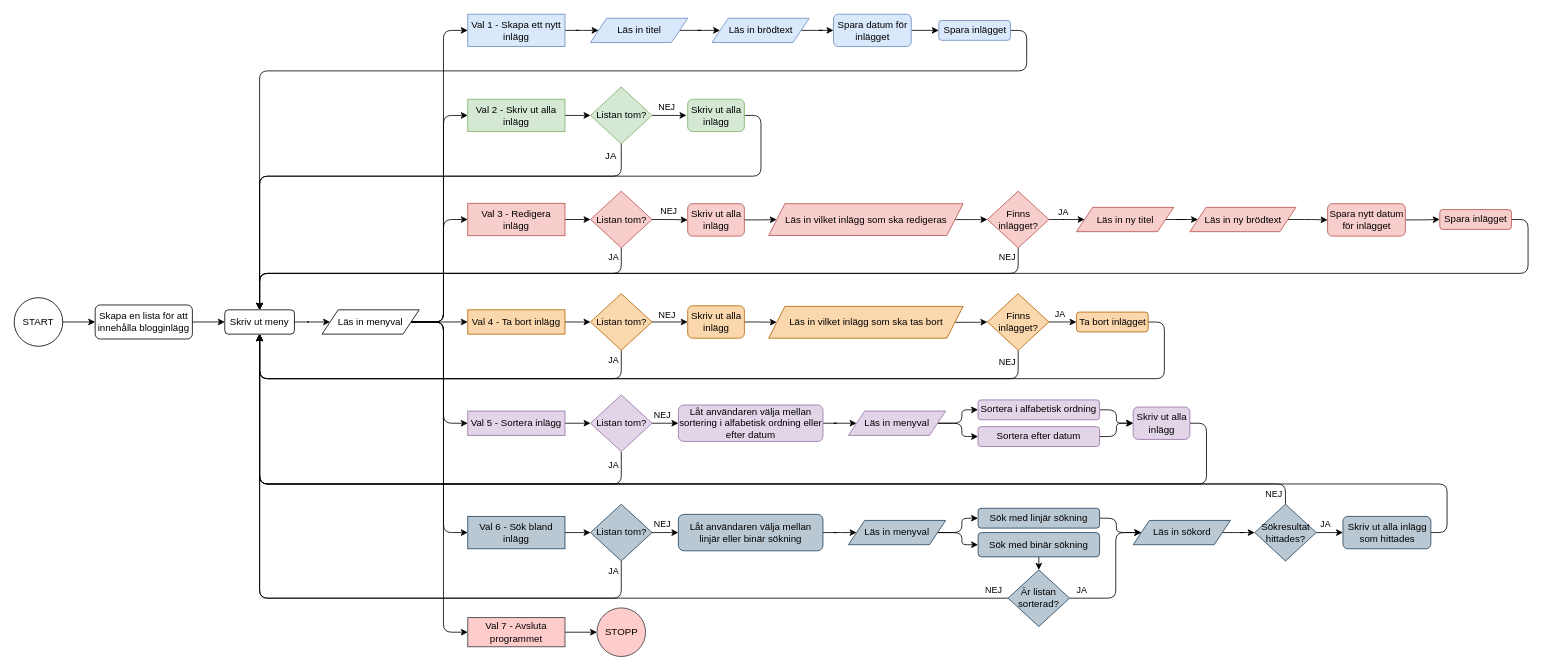
JakeBow/shopping-list keeps this draw.io diagram as Bloggen.drawio. Above is the earlier version. Source tidied: cells renumbered, new cells numbered last; positions are measured from the earlier drawing's top-left corner, leaving out a move shared by most shapes. Both pictures are drawn from the tidied source at 81%, with x=0, y=0 at pixel (14, 14).
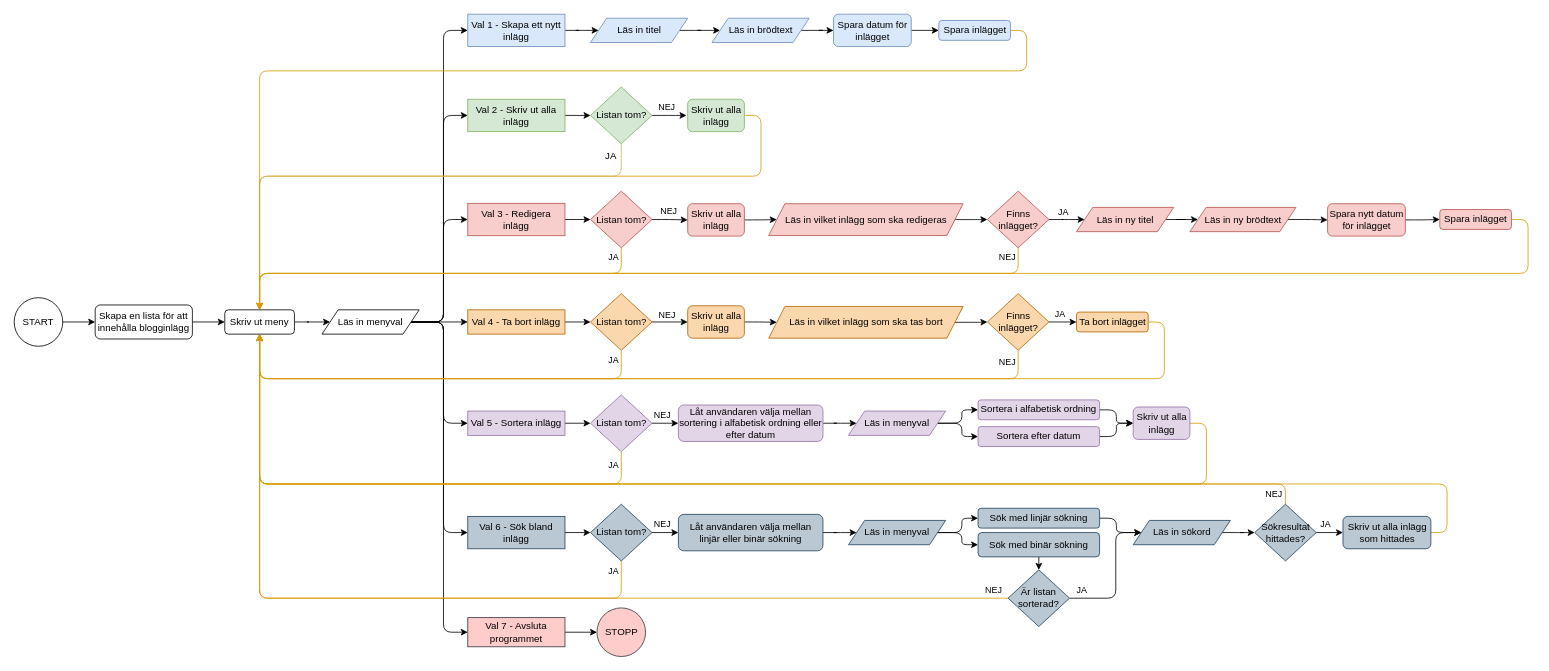
The same diagram, later.

The change refers to these unchanged cells:
```xml
<mxCell id="3" value="Skriv ut meny" style="rounded=1;whiteSpace=wrap;html=1;fontSize=12;glass=0;strokeWidth=1;shadow=0;" parent="1" vertex="1">
  <mxGeometry x="260" y="365" width="86" height="30" as="geometry" />
</mxCell>
<mxCell id="15" value="Skriv ut alla inlägg" style="rounded=1;whiteSpace=wrap;html=1;fillColor=#d5e8d4;strokeColor=#82b366;" parent="1" vertex="1">
  <mxGeometry x="831.5" y="105" width="70" height="40" as="geometry" />
</mxCell>
<mxCell id="18" value="Listan tom?" style="rhombus;whiteSpace=wrap;html=1;fillColor=#d5e8d4;strokeColor=#82b366;" parent="1" vertex="1">
  <mxGeometry x="711.5" y="90" width="76" height="70" as="geometry" />
</mxCell>
<mxCell id="26" value="Spara inlägget" style="rounded=1;whiteSpace=wrap;html=1;fillColor=#dae8fc;strokeColor=#6c8ebf;" parent="1" vertex="1">
  <mxGeometry x="1141.5" y="7.8" width="88.5" height="24.5" as="geometry" />
</mxCell>
<mxCell id="31" value="Listan tom?" style="rhombus;whiteSpace=wrap;html=1;fillColor=#f8cecc;strokeColor=#b85450;" parent="1" vertex="1">
  <mxGeometry x="711.5" y="218.5" width="76" height="70" as="geometry" />
</mxCell>
<mxCell id="52" value="Listan tom?" style="rhombus;whiteSpace=wrap;html=1;fillColor=#fad7ac;strokeColor=#b46504;" parent="1" vertex="1">
  <mxGeometry x="711.5" y="345" width="76" height="70" as="geometry" />
</mxCell>
<mxCell id="59" value="Finns inlägget?" style="rhombus;whiteSpace=wrap;html=1;fillColor=#fad7ac;strokeColor=#b46504;" parent="1" vertex="1">
  <mxGeometry x="1201.5" y="345" width="76" height="70" as="geometry" />
</mxCell>
<mxCell id="62" value="Finns inlägget?" style="rhombus;whiteSpace=wrap;html=1;fillColor=#f8cecc;strokeColor=#b85450;" parent="1" vertex="1">
  <mxGeometry x="1201.5" y="218.5" width="76" height="70" as="geometry" />
</mxCell>
<mxCell id="64" value="Ta bort inlägget" style="rounded=1;whiteSpace=wrap;html=1;fillColor=#fad7ac;strokeColor=#b46504;" parent="1" vertex="1">
  <mxGeometry x="1311.5" y="367.8" width="88.5" height="24.5" as="geometry" />
</mxCell>
<mxCell id="69" value="Listan tom?" style="rhombus;whiteSpace=wrap;html=1;fillColor=#e1d5e7;strokeColor=#9673a6;" parent="1" vertex="1">
  <mxGeometry x="711.5" y="470" width="76" height="70" as="geometry" />
</mxCell>
<mxCell id="80" value="Skriv ut alla inlägg" style="rounded=1;whiteSpace=wrap;html=1;fillColor=#e1d5e7;strokeColor=#9673a6;" parent="1" vertex="1">
  <mxGeometry x="1381.5" y="485" width="70" height="40" as="geometry" />
</mxCell>
<mxCell id="85" value="Listan tom?" style="rhombus;whiteSpace=wrap;html=1;fillColor=#bac8d3;strokeColor=#23445d;" parent="1" vertex="1">
  <mxGeometry x="711.5" y="605" width="76" height="70" as="geometry" />
</mxCell>
<mxCell id="97" value="Sökresultat hittades?" style="rhombus;whiteSpace=wrap;html=1;fillColor=#bac8d3;strokeColor=#23445d;" parent="1" vertex="1">
  <mxGeometry x="1531.5" y="605" width="76" height="70" as="geometry" />
</mxCell>
<mxCell id="99" value="Skriv ut alla inlägg som hittades" style="rounded=1;whiteSpace=wrap;html=1;fillColor=#bac8d3;strokeColor=#23445d;" parent="1" vertex="1">
  <mxGeometry x="1640.5" y="620" width="108.5" height="40" as="geometry" />
</mxCell>
<mxCell id="119" value="Spara inlägget" style="rounded=1;whiteSpace=wrap;html=1;fillColor=#f8cecc;strokeColor=#b85450;" parent="1" vertex="1">
  <mxGeometry x="1760" y="241.2" width="88.5" height="24.5" as="geometry" />
</mxCell>
<mxCell id="122" value="Är listan sorterad?" style="rhombus;whiteSpace=wrap;html=1;fillColor=#bac8d3;strokeColor=#23445d;" parent="1" vertex="1">
  <mxGeometry x="1227" y="686" width="76" height="70" as="geometry" />
</mxCell>
```

Diff of the diagram source:
```diff
@@
-    <mxCell id="14" style="edgeStyle=orthogonalEdgeStyle;shape=connector;curved=0;rounded=1;jettySize=auto;html=1;exitX=1;exitY=0.5;exitDx=0;exitDy=0;entryX=0.5;entryY=0;entryDx=0;entryDy=0;strokeColor=default;align=center;verticalAlign=middle;fontFamily=Helvetica;fontSize=11;fontColor=default;labelBackgroundColor=default;endArrow=classic;" parent="1" edge="1" source="15" target="3">
+    <mxCell id="14" style="edgeStyle=orthogonalEdgeStyle;shape=connector;curved=0;rounded=1;jettySize=auto;html=1;exitX=1;exitY=0.5;exitDx=0;exitDy=0;entryX=0.5;entryY=0;entryDx=0;entryDy=0;strokeColor=#d79b00;align=center;verticalAlign=middle;fontFamily=Helvetica;fontSize=11;fontColor=default;labelBackgroundColor=default;endArrow=classic;fillColor=#ffe6cc;" parent="1" edge="1" source="15" target="3">
       <mxGeometry relative="1" as="geometry">
         <Array as="points">
           <mxPoint x="922" y="125" />
           <mxPoint x="922" y="200" />
           <mxPoint x="303" y="200" />
         </Array>
       </mxGeometry>
     </mxCell>
@@
-    <mxCell id="16" style="edgeStyle=orthogonalEdgeStyle;shape=connector;curved=0;rounded=1;jettySize=auto;html=1;exitX=0.5;exitY=0;exitDx=0;exitDy=0;entryX=0.5;entryY=0;entryDx=0;entryDy=0;strokeColor=default;align=center;verticalAlign=middle;fontFamily=Helvetica;fontSize=11;fontColor=default;labelBackgroundColor=default;endArrow=classic;" parent="1" edge="1" source="18" target="3">
+    <mxCell id="16" style="edgeStyle=orthogonalEdgeStyle;shape=connector;curved=0;rounded=1;jettySize=auto;html=1;exitX=0.5;exitY=0;exitDx=0;exitDy=0;entryX=0.5;entryY=0;entryDx=0;entryDy=0;strokeColor=#d6b656;align=center;verticalAlign=middle;fontFamily=Helvetica;fontSize=11;fontColor=default;labelBackgroundColor=default;endArrow=classic;fillColor=#fff2cc;" parent="1" edge="1" source="18" target="3">
       <mxGeometry relative="1" as="geometry">
         <Array as="points">
           <mxPoint x="750" y="200" />
           <mxPoint x="303" y="200" />
         </Array>
       </mxGeometry>
     </mxCell>
@@
-    <mxCell id="25" style="edgeStyle=orthogonalEdgeStyle;shape=connector;curved=0;rounded=1;jettySize=auto;html=1;exitX=1;exitY=0.5;exitDx=0;exitDy=0;entryX=0.5;entryY=0;entryDx=0;entryDy=0;strokeColor=default;align=center;verticalAlign=middle;fontFamily=Helvetica;fontSize=11;fontColor=default;labelBackgroundColor=default;endArrow=classic;" parent="1" edge="1" source="26" target="3">
+    <mxCell id="25" style="edgeStyle=orthogonalEdgeStyle;shape=connector;curved=0;rounded=1;jettySize=auto;html=1;exitX=1;exitY=0.5;exitDx=0;exitDy=0;entryX=0.5;entryY=0;entryDx=0;entryDy=0;strokeColor=#d79b00;align=center;verticalAlign=middle;fontFamily=Helvetica;fontSize=11;fontColor=default;labelBackgroundColor=default;endArrow=classic;fillColor=#ffe6cc;" parent="1" edge="1" source="26" target="3">
       <mxGeometry relative="1" as="geometry">
         <Array as="points">
           <mxPoint x="1250" y="20" />
           <mxPoint x="1250" y="70" />
           <mxPoint x="303" y="70" />
         </Array>
       </mxGeometry>
     </mxCell>
@@
-    <mxCell id="29" style="edgeStyle=orthogonalEdgeStyle;shape=connector;curved=0;rounded=1;jettySize=auto;html=1;exitX=0.5;exitY=1;exitDx=0;exitDy=0;entryX=0.5;entryY=0;entryDx=0;entryDy=0;strokeColor=default;align=center;verticalAlign=middle;fontFamily=Helvetica;fontSize=11;fontColor=default;labelBackgroundColor=default;endArrow=classic;" parent="1" edge="1" source="31" target="3">
+    <mxCell id="29" style="edgeStyle=orthogonalEdgeStyle;shape=connector;curved=0;rounded=1;jettySize=auto;html=1;exitX=0.5;exitY=1;exitDx=0;exitDy=0;entryX=0.5;entryY=0;entryDx=0;entryDy=0;strokeColor=#d79b00;align=center;verticalAlign=middle;fontFamily=Helvetica;fontSize=11;fontColor=default;labelBackgroundColor=default;endArrow=classic;fillColor=#ffe6cc;" parent="1" edge="1" source="31" target="3">
       <mxGeometry relative="1" as="geometry">
         <Array as="points">
           <mxPoint x="750" y="320" />
           <mxPoint x="303" y="320" />
         </Array>
       </mxGeometry>
     </mxCell>
@@
-    <mxCell id="51" style="edgeStyle=orthogonalEdgeStyle;shape=connector;curved=0;rounded=1;jettySize=auto;html=1;exitX=0.5;exitY=1;exitDx=0;exitDy=0;entryX=0.5;entryY=1;entryDx=0;entryDy=0;strokeColor=default;align=center;verticalAlign=middle;fontFamily=Helvetica;fontSize=11;fontColor=default;labelBackgroundColor=default;endArrow=classic;" parent="1" edge="1" source="52" target="3">
+    <mxCell id="51" style="edgeStyle=orthogonalEdgeStyle;shape=connector;curved=0;rounded=1;jettySize=auto;html=1;exitX=0.5;exitY=1;exitDx=0;exitDy=0;entryX=0.5;entryY=1;entryDx=0;entryDy=0;strokeColor=#d79b00;align=center;verticalAlign=middle;fontFamily=Helvetica;fontSize=11;fontColor=default;labelBackgroundColor=default;endArrow=classic;fillColor=#ffe6cc;" parent="1" edge="1" source="52" target="3">
       <mxGeometry relative="1" as="geometry">
         <Array as="points">
           <mxPoint x="750" y="450" />
           <mxPoint x="303" y="450" />
         </Array>
       </mxGeometry>
     </mxCell>
@@
-    <mxCell id="58" style="edgeStyle=orthogonalEdgeStyle;shape=connector;curved=0;rounded=1;jettySize=auto;html=1;exitX=0.5;exitY=1;exitDx=0;exitDy=0;entryX=0.5;entryY=1;entryDx=0;entryDy=0;strokeColor=default;align=center;verticalAlign=middle;fontFamily=Helvetica;fontSize=11;fontColor=default;labelBackgroundColor=default;endArrow=classic;" parent="1" edge="1" source="59" target="3">
+    <mxCell id="58" style="edgeStyle=orthogonalEdgeStyle;shape=connector;curved=0;rounded=1;jettySize=auto;html=1;exitX=0.5;exitY=1;exitDx=0;exitDy=0;entryX=0.5;entryY=1;entryDx=0;entryDy=0;strokeColor=#d79b00;align=center;verticalAlign=middle;fontFamily=Helvetica;fontSize=11;fontColor=default;labelBackgroundColor=default;endArrow=classic;fillColor=#ffe6cc;" parent="1" edge="1" source="59" target="3">
       <mxGeometry relative="1" as="geometry">
         <Array as="points">
           <mxPoint x="1240" y="450" />
           <mxPoint x="303" y="450" />
         </Array>
       </mxGeometry>
     </mxCell>
@@
-    <mxCell id="61" style="edgeStyle=orthogonalEdgeStyle;shape=connector;curved=0;rounded=1;jettySize=auto;html=1;exitX=0.5;exitY=1;exitDx=0;exitDy=0;strokeColor=default;align=center;verticalAlign=middle;fontFamily=Helvetica;fontSize=11;fontColor=default;labelBackgroundColor=default;endArrow=classic;" parent="1" edge="1" source="62" target="3">
+    <mxCell id="61" style="edgeStyle=orthogonalEdgeStyle;shape=connector;curved=0;rounded=1;jettySize=auto;html=1;exitX=0.5;exitY=1;exitDx=0;exitDy=0;strokeColor=#d79b00;align=center;verticalAlign=middle;fontFamily=Helvetica;fontSize=11;fontColor=default;labelBackgroundColor=default;endArrow=classic;fillColor=#ffe6cc;" parent="1" edge="1" source="62" target="3">
       <mxGeometry relative="1" as="geometry">
         <Array as="points">
           <mxPoint x="1240" y="320" />
           <mxPoint x="303" y="320" />
         </Array>
       </mxGeometry>
     </mxCell>
@@
-    <mxCell id="63" style="edgeStyle=orthogonalEdgeStyle;shape=connector;curved=0;rounded=1;jettySize=auto;html=1;exitX=1;exitY=0.5;exitDx=0;exitDy=0;entryX=0.5;entryY=1;entryDx=0;entryDy=0;strokeColor=default;align=center;verticalAlign=middle;fontFamily=Helvetica;fontSize=11;fontColor=default;labelBackgroundColor=default;endArrow=classic;" parent="1" edge="1" source="64" target="3">
+    <mxCell id="63" style="edgeStyle=orthogonalEdgeStyle;shape=connector;curved=0;rounded=1;jettySize=auto;html=1;exitX=1;exitY=0.5;exitDx=0;exitDy=0;entryX=0.5;entryY=1;entryDx=0;entryDy=0;strokeColor=#d79b00;align=center;verticalAlign=middle;fontFamily=Helvetica;fontSize=11;fontColor=default;labelBackgroundColor=default;endArrow=classic;fillColor=#ffe6cc;" parent="1" edge="1" source="64" target="3">
       <mxGeometry relative="1" as="geometry">
         <Array as="points">
           <mxPoint x="1420" y="380" />
           <mxPoint x="1420" y="450" />
           <mxPoint x="303" y="450" />
         </Array>
       </mxGeometry>
     </mxCell>
@@
-    <mxCell id="68" style="edgeStyle=orthogonalEdgeStyle;shape=connector;curved=0;rounded=1;jettySize=auto;html=1;exitX=0.5;exitY=1;exitDx=0;exitDy=0;entryX=0.5;entryY=1;entryDx=0;entryDy=0;strokeColor=default;align=center;verticalAlign=middle;fontFamily=Helvetica;fontSize=11;fontColor=default;labelBackgroundColor=default;endArrow=classic;" parent="1" edge="1" source="69" target="3">
+    <mxCell id="68" style="edgeStyle=orthogonalEdgeStyle;shape=connector;curved=0;rounded=1;jettySize=auto;html=1;exitX=0.5;exitY=1;exitDx=0;exitDy=0;entryX=0.5;entryY=1;entryDx=0;entryDy=0;strokeColor=#d79b00;align=center;verticalAlign=middle;fontFamily=Helvetica;fontSize=11;fontColor=default;labelBackgroundColor=default;endArrow=classic;fillColor=#ffe6cc;" parent="1" edge="1" source="69" target="3">
       <mxGeometry relative="1" as="geometry">
         <Array as="points">
           <mxPoint x="750" y="580" />
           <mxPoint x="303" y="580" />
         </Array>
       </mxGeometry>
     </mxCell>
@@
-    <mxCell id="79" style="edgeStyle=orthogonalEdgeStyle;shape=connector;curved=0;rounded=1;jettySize=auto;html=1;exitX=1;exitY=0.5;exitDx=0;exitDy=0;entryX=0.5;entryY=1;entryDx=0;entryDy=0;strokeColor=default;align=center;verticalAlign=middle;fontFamily=Helvetica;fontSize=11;fontColor=default;labelBackgroundColor=default;endArrow=classic;" parent="1" edge="1" source="80" target="3">
+    <mxCell id="79" style="edgeStyle=orthogonalEdgeStyle;shape=connector;curved=0;rounded=1;jettySize=auto;html=1;exitX=1;exitY=0.5;exitDx=0;exitDy=0;entryX=0.5;entryY=1;entryDx=0;entryDy=0;strokeColor=#d79b00;align=center;verticalAlign=middle;fontFamily=Helvetica;fontSize=11;fontColor=default;labelBackgroundColor=default;endArrow=classic;fillColor=#ffe6cc;" parent="1" edge="1" source="80" target="3">
       <mxGeometry relative="1" as="geometry">
         <Array as="points">
           <mxPoint x="1472" y="505" />
           <mxPoint x="1472" y="580" />
           <mxPoint x="303" y="580" />
         </Array>
       </mxGeometry>
     </mxCell>
@@
-    <mxCell id="83" style="edgeStyle=orthogonalEdgeStyle;shape=connector;curved=0;rounded=1;jettySize=auto;html=1;exitX=0.5;exitY=1;exitDx=0;exitDy=0;entryX=0.5;entryY=1;entryDx=0;entryDy=0;strokeColor=default;align=center;verticalAlign=middle;fontFamily=Helvetica;fontSize=11;fontColor=default;labelBackgroundColor=default;endArrow=classic;" parent="1" edge="1" source="85" target="3">
+    <mxCell id="83" style="edgeStyle=orthogonalEdgeStyle;shape=connector;curved=0;rounded=1;jettySize=auto;html=1;exitX=0.5;exitY=1;exitDx=0;exitDy=0;entryX=0.5;entryY=1;entryDx=0;entryDy=0;strokeColor=#d79b00;align=center;verticalAlign=middle;fontFamily=Helvetica;fontSize=11;fontColor=default;labelBackgroundColor=default;endArrow=classic;fillColor=#ffe6cc;" parent="1" edge="1" source="85" target="3">
       <mxGeometry relative="1" as="geometry">
         <Array as="points">
           <mxPoint x="750" y="721" />
           <mxPoint x="303" y="721" />
         </Array>
       </mxGeometry>
     </mxCell>
@@
-    <mxCell id="96" style="edgeStyle=orthogonalEdgeStyle;shape=connector;curved=0;rounded=1;jettySize=auto;html=1;exitX=0.5;exitY=1;exitDx=0;exitDy=0;entryX=0.5;entryY=1;entryDx=0;entryDy=0;strokeColor=default;align=center;verticalAlign=middle;fontFamily=Helvetica;fontSize=11;fontColor=default;labelBackgroundColor=default;endArrow=classic;" parent="1" edge="1" source="97" target="3">
+    <mxCell id="96" style="edgeStyle=orthogonalEdgeStyle;shape=connector;curved=0;rounded=1;jettySize=auto;html=1;exitX=0.5;exitY=1;exitDx=0;exitDy=0;entryX=0.5;entryY=1;entryDx=0;entryDy=0;strokeColor=#d79b00;align=center;verticalAlign=middle;fontFamily=Helvetica;fontSize=11;fontColor=default;labelBackgroundColor=default;endArrow=classic;fillColor=#ffe6cc;" parent="1" edge="1" source="97" target="3">
       <mxGeometry relative="1" as="geometry">
         <Array as="points">
           <mxPoint x="1569" y="580" />
           <mxPoint x="303" y="580" />
         </Array>
       </mxGeometry>
     </mxCell>
@@
-    <mxCell id="98" style="edgeStyle=orthogonalEdgeStyle;shape=connector;curved=0;rounded=1;jettySize=auto;html=1;exitX=1;exitY=0.5;exitDx=0;exitDy=0;entryX=0.5;entryY=1;entryDx=0;entryDy=0;strokeColor=default;align=center;verticalAlign=middle;fontFamily=Helvetica;fontSize=11;fontColor=default;labelBackgroundColor=default;endArrow=classic;" parent="1" edge="1" source="99" target="3">
+    <mxCell id="98" style="edgeStyle=orthogonalEdgeStyle;shape=connector;curved=0;rounded=1;jettySize=auto;html=1;exitX=1;exitY=0.5;exitDx=0;exitDy=0;entryX=0.5;entryY=1;entryDx=0;entryDy=0;strokeColor=#d79b00;align=center;verticalAlign=middle;fontFamily=Helvetica;fontSize=11;fontColor=default;labelBackgroundColor=default;endArrow=classic;fillColor=#ffe6cc;" parent="1" edge="1" source="99" target="3">
       <mxGeometry relative="1" as="geometry">
         <Array as="points">
           <mxPoint x="1769" y="640" />
           <mxPoint x="1769" y="580" />
           <mxPoint x="303" y="580" />
         </Array>
       </mxGeometry>
     </mxCell>
@@
-    <mxCell id="118" style="edgeStyle=orthogonalEdgeStyle;shape=connector;curved=0;rounded=1;jettySize=auto;html=1;exitX=1;exitY=0.5;exitDx=0;exitDy=0;entryX=0.5;entryY=0;entryDx=0;entryDy=0;strokeColor=default;align=center;verticalAlign=middle;fontFamily=Helvetica;fontSize=11;fontColor=default;labelBackgroundColor=default;endArrow=classic;" parent="1" edge="1" source="119" target="3">
+    <mxCell id="118" style="edgeStyle=orthogonalEdgeStyle;shape=connector;curved=0;rounded=1;jettySize=auto;html=1;exitX=1;exitY=0.5;exitDx=0;exitDy=0;entryX=0.5;entryY=0;entryDx=0;entryDy=0;strokeColor=#d79b00;align=center;verticalAlign=middle;fontFamily=Helvetica;fontSize=11;fontColor=default;labelBackgroundColor=default;endArrow=classic;fillColor=#ffe6cc;" parent="1" edge="1" source="119" target="3">
       <mxGeometry relative="1" as="geometry">
         <Array as="points">
           <mxPoint x="1869" y="254" />
           <mxPoint x="1869" y="320" />
           <mxPoint x="303" y="320" />
         </Array>
       </mxGeometry>
     </mxCell>
@@
-    <mxCell id="120" style="edgeStyle=orthogonalEdgeStyle;shape=connector;curved=0;rounded=1;jettySize=auto;html=1;exitX=0;exitY=0.5;exitDx=0;exitDy=0;entryX=0.5;entryY=1;entryDx=0;entryDy=0;strokeColor=default;align=center;verticalAlign=middle;fontFamily=Helvetica;fontSize=11;fontColor=default;labelBackgroundColor=default;endArrow=classic;" parent="1" edge="1" source="122" target="3">
+    <mxCell id="120" style="edgeStyle=orthogonalEdgeStyle;shape=connector;curved=0;rounded=1;jettySize=auto;html=1;exitX=0;exitY=0.5;exitDx=0;exitDy=0;entryX=0.5;entryY=1;entryDx=0;entryDy=0;strokeColor=#d79b00;align=center;verticalAlign=middle;fontFamily=Helvetica;fontSize=11;fontColor=default;labelBackgroundColor=default;endArrow=classic;fillColor=#ffe6cc;" parent="1" edge="1" source="122" target="3">
       <mxGeometry relative="1" as="geometry">
         <Array as="points">
           <mxPoint x="1227" y="721" />
           <mxPoint x="303" y="721" />
         </Array>
       </mxGeometry>
     </mxCell>
```
